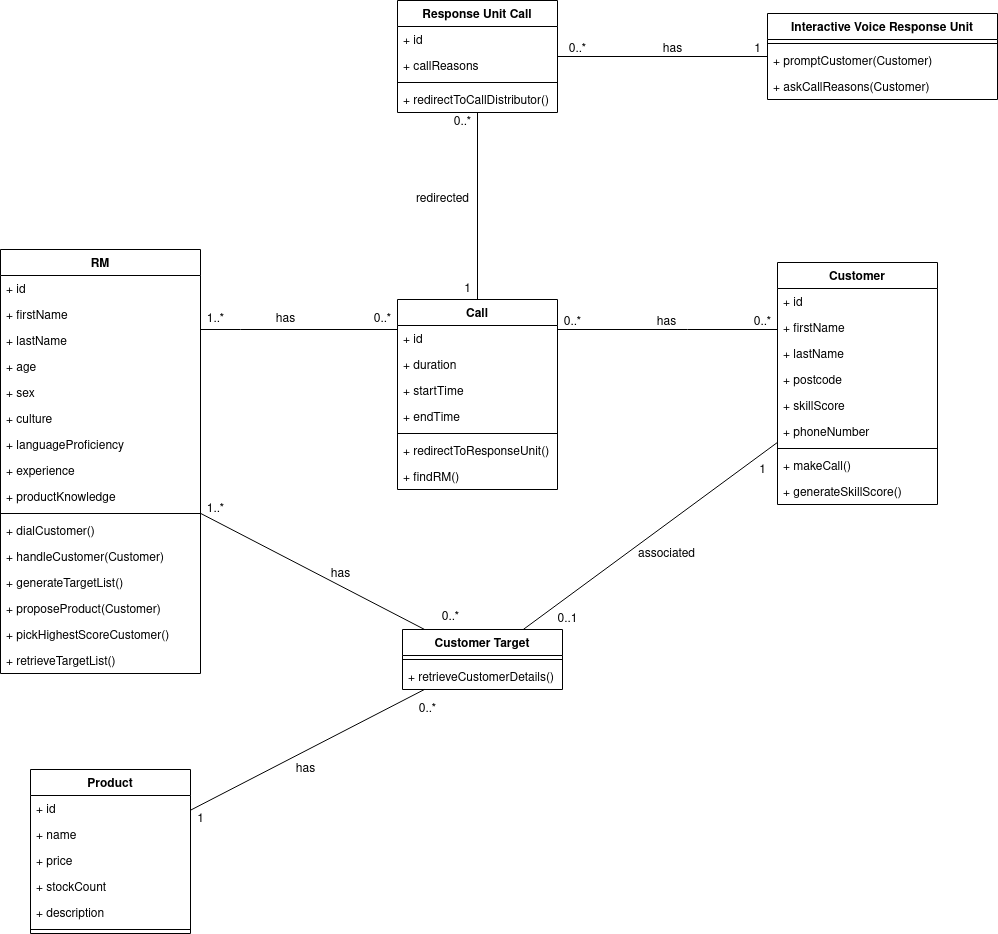
The draw.io diagram models/class_diagram.png in tonyhannaa/ISDMGroup2Israt, before a commit. Source tidied: cells renumbered, new cells last; positions are measured from the earlier drawing's top-left corner, leaving out a move shared by most shapes.
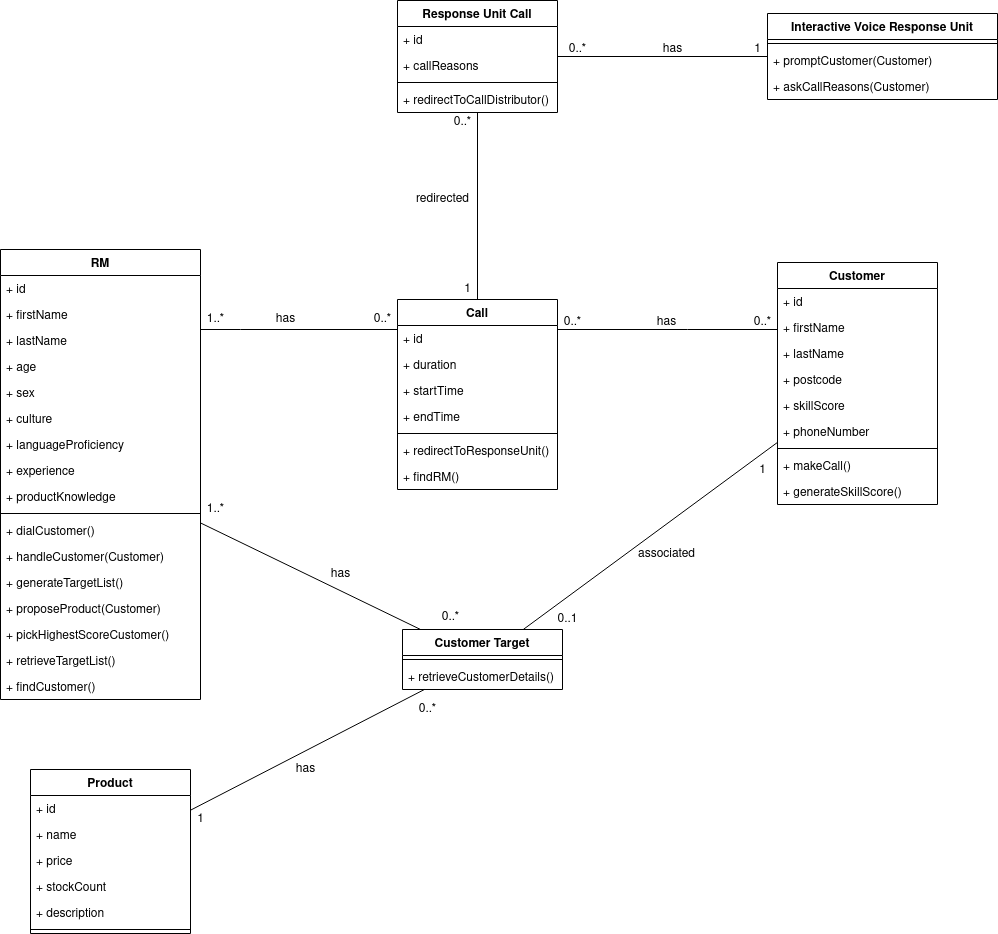
Above is the later version.

Diff of the diagram source:
```diff
@@ -14,7 +14,7 @@
       <mxGeometry relative="1" as="geometry" />
     </mxCell>
     <mxCell id="4" value="RM" style="swimlane;fontStyle=1;align=center;verticalAlign=top;horizontal=1;startSize=26;" parent="1" vertex="1">
-      <mxGeometry y="249" width="200" height="424" as="geometry" />
+      <mxGeometry y="249" width="200" height="450" as="geometry" />
     </mxCell>
     <mxCell id="5" value="+ id" style="text;strokeColor=none;fillColor=none;align=left;verticalAlign=top;spacingLeft=4;spacingRight=4;overflow=hidden;" parent="4" vertex="1">
       <mxGeometry y="26" width="200" height="26" as="geometry" />
@@ -64,6 +64,9 @@
     <mxCell id="20" value="+ retrieveTargetList()" style="text;strokeColor=none;fillColor=none;align=left;verticalAlign=top;spacingLeft=4;spacingRight=4;overflow=hidden;" parent="4" vertex="1">
       <mxGeometry y="398" width="200" height="26" as="geometry" />
     </mxCell>
+    <mxCell id="84" value="+ findCustomer()" style="text;strokeColor=none;fillColor=none;align=left;verticalAlign=top;spacingLeft=4;spacingRight=4;overflow=hidden;" parent="4" vertex="1">
+      <mxGeometry y="424" width="200" height="26" as="geometry" />
+    </mxCell>
     <mxCell id="21" style="edgeStyle=orthogonalEdgeStyle;rounded=0;jettySize=auto;html=1;endArrow=none;endFill=0;" parent="1" edge="1" source="62" target="47">
       <mxGeometry relative="1" as="geometry">
         <Array as="points">
```
